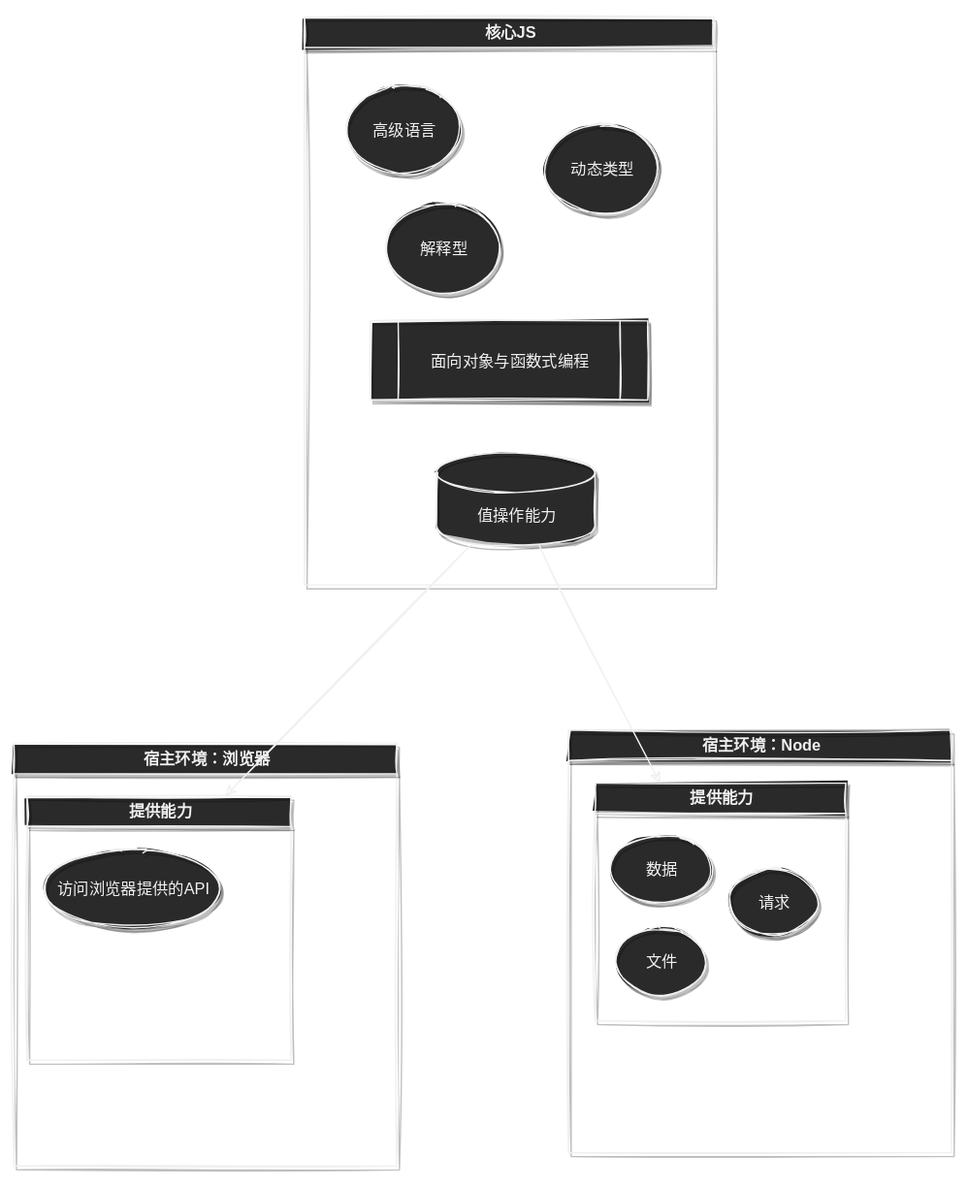
This is 笔记/前端/编程语言/JS/Untitled Diagram.svg from Echo-Yanglulu/obsidianPrivateNote, a draw.io export, as it was before one commit. Source tidied: cells renumbered, new cells last; positions are measured from the earlier drawing's top-left corner, leaving out a move shared by most shapes.
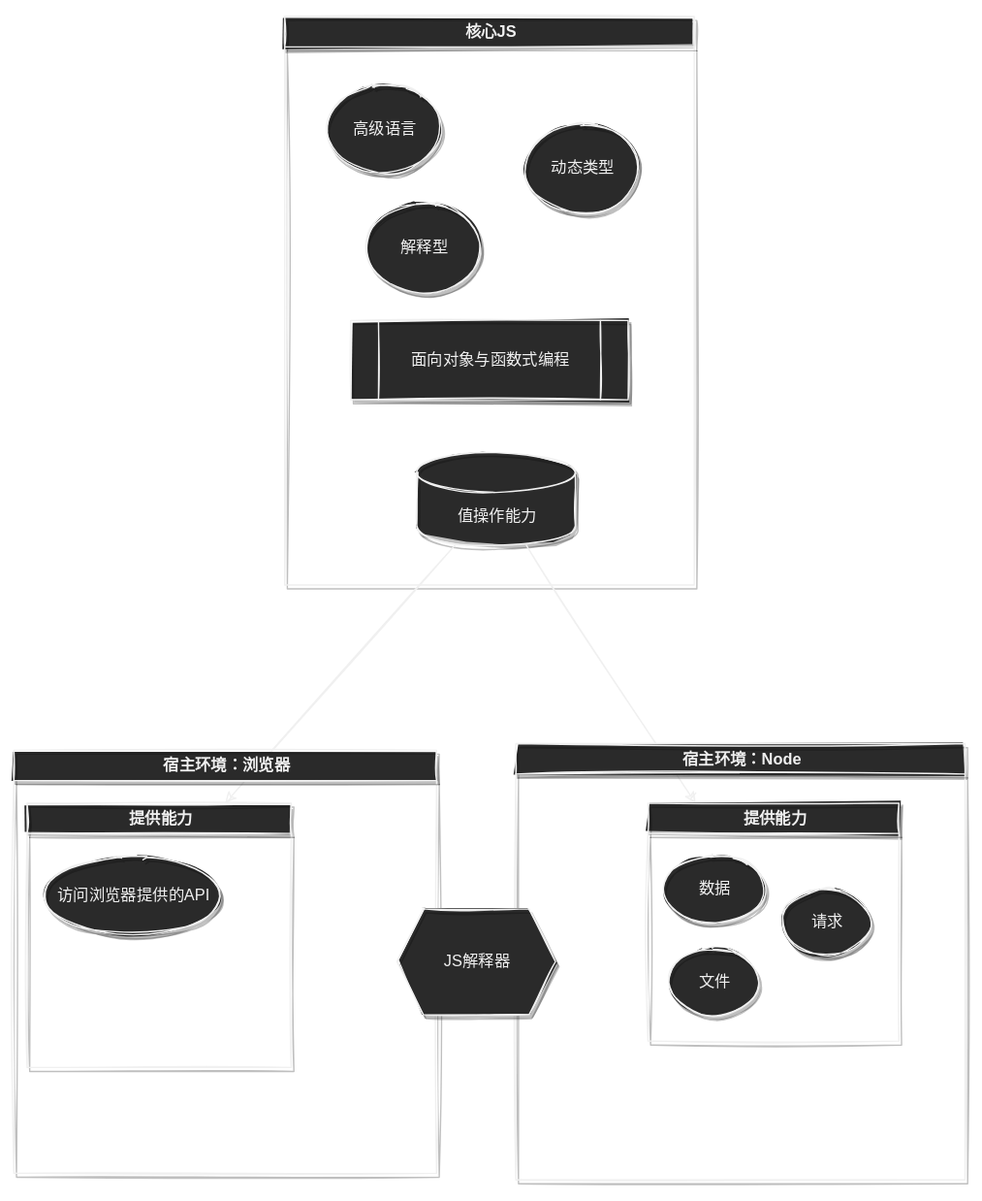
After the change.

Diff of the diagram source:
```diff
@@ -20,8 +20,17 @@
     <mxCell id="7" value="值操作能力" style="shape=cylinder3;whiteSpace=wrap;html=1;boundedLbl=1;backgroundOutline=1;size=15;shadow=1;" parent="2" vertex="1">
       <mxGeometry x="100" y="330" width="120" height="70" as="geometry" />
     </mxCell>
+    <mxCell id="16" style="edgeStyle=none;html=1;entryX=0.75;entryY=0;entryDx=0;entryDy=0;" parent="1" edge="1" source="7" target="9">
+      <mxGeometry relative="1" as="geometry" />
+    </mxCell>
+    <mxCell id="17" style="edgeStyle=none;html=1;" parent="1" edge="1" source="7" target="12">
+      <mxGeometry relative="1" as="geometry" />
+    </mxCell>
+    <mxCell id="18" style="group;" parent="1" vertex="1">
+      <mxGeometry x="15" y="550" width="720" height="330" as="geometry" />
+    </mxCell>
-    <mxCell id="8" value="宿主环境：浏览器" style="swimlane;shadow=1;html=1;" parent="1" vertex="1">
-      <mxGeometry y="550" width="290" height="320" as="geometry" />
+    <mxCell id="8" value="宿主环境：浏览器" style="swimlane;shadow=1;html=1;" parent="18" vertex="1">
+      <mxGeometry y="5" width="320" height="320" as="geometry" />
     </mxCell>
     <mxCell id="9" value="提供能力" style="swimlane;shadow=1;html=1;" parent="8" vertex="1">
       <mxGeometry x="10" y="40" width="200" height="200" as="geometry" />
@@ -29,11 +38,11 @@
     <mxCell id="10" value="访问浏览器提供的API" style="ellipse;whiteSpace=wrap;html=1;shadow=1;" parent="9" vertex="1">
       <mxGeometry x="10" y="40" width="140" height="60" as="geometry" />
     </mxCell>
-    <mxCell id="11" value="宿主环境：Node" style="swimlane;shadow=1;html=1;" parent="1" vertex="1">
-      <mxGeometry x="420" y="540" width="290" height="320" as="geometry" />
+    <mxCell id="11" value="宿主环境：Node" style="swimlane;shadow=1;html=1;" parent="18" vertex="1">
+      <mxGeometry x="380" width="340" height="330" as="geometry" />
     </mxCell>
     <mxCell id="12" value="提供能力" style="swimlane;shadow=1;html=1;" parent="11" vertex="1">
-      <mxGeometry x="20" y="40" width="190" height="180" as="geometry" />
+      <mxGeometry x="100" y="45" width="190" height="180" as="geometry" />
     </mxCell>
     <mxCell id="13" value="数据" style="ellipse;whiteSpace=wrap;html=1;shadow=1;" parent="12" vertex="1">
       <mxGeometry x="10" y="40" width="80" height="50" as="geometry" />
@@ -44,11 +53,8 @@
     <mxCell id="15" value="请求" style="ellipse;whiteSpace=wrap;html=1;shadow=1;" parent="12" vertex="1">
       <mxGeometry x="100" y="65" width="70" height="50" as="geometry" />
     </mxCell>
-    <mxCell id="16" style="edgeStyle=none;html=1;entryX=0.75;entryY=0;entryDx=0;entryDy=0;" parent="1" edge="1" source="7" target="9">
-      <mxGeometry relative="1" as="geometry" />
-    </mxCell>
-    <mxCell id="17" style="edgeStyle=none;html=1;" parent="1" edge="1" source="7" target="12">
-      <mxGeometry relative="1" as="geometry" />
-    </mxCell>
+    <mxCell id="19" value="JS解释器" style="shape=hexagon;perimeter=hexagonPerimeter2;whiteSpace=wrap;html=1;fixedSize=1;shadow=1;" parent="18" vertex="1">
+      <mxGeometry x="290" y="125" width="120" height="80" as="geometry" />
+    </mxCell>
   </root>
 </mxGraphModel>
```
